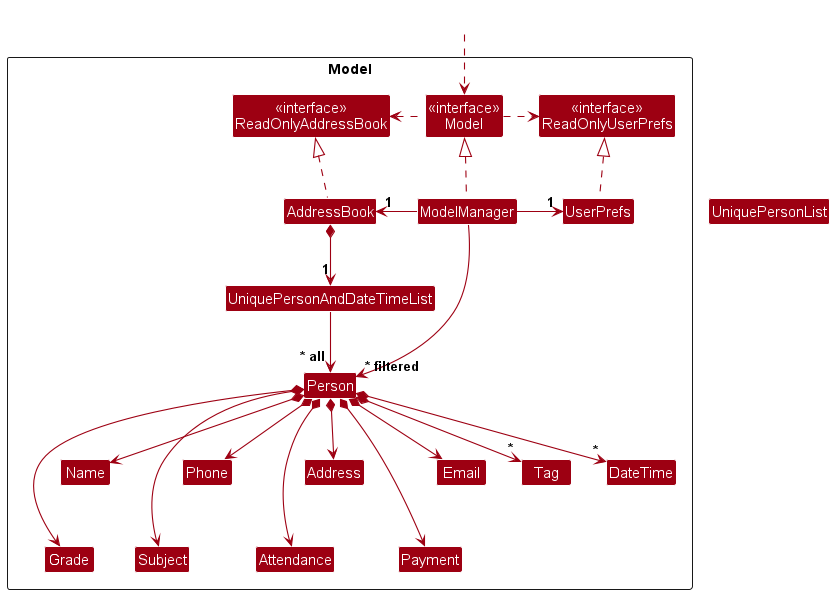
The PlantUML diagram docs/images/ModelClassDiagram.png in zoebelle-pang/tp, before a commit.
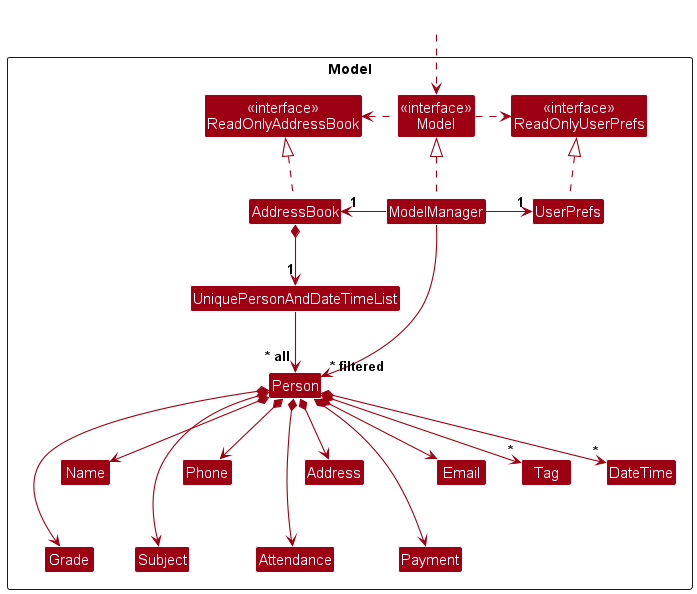
The same diagram one commit later.

Diff of the diagram source:
```diff
@@ -58,7 +58,6 @@
 Phone -[hidden]-> Subject
 Address -[hidden]-> Attendance
 Email -[hidden]-> Payment
-UniquePersonList -[hidden]right-> I
 
 Name -[hidden]right-> Phone
 Phone -[hidden]right-> Address
```
